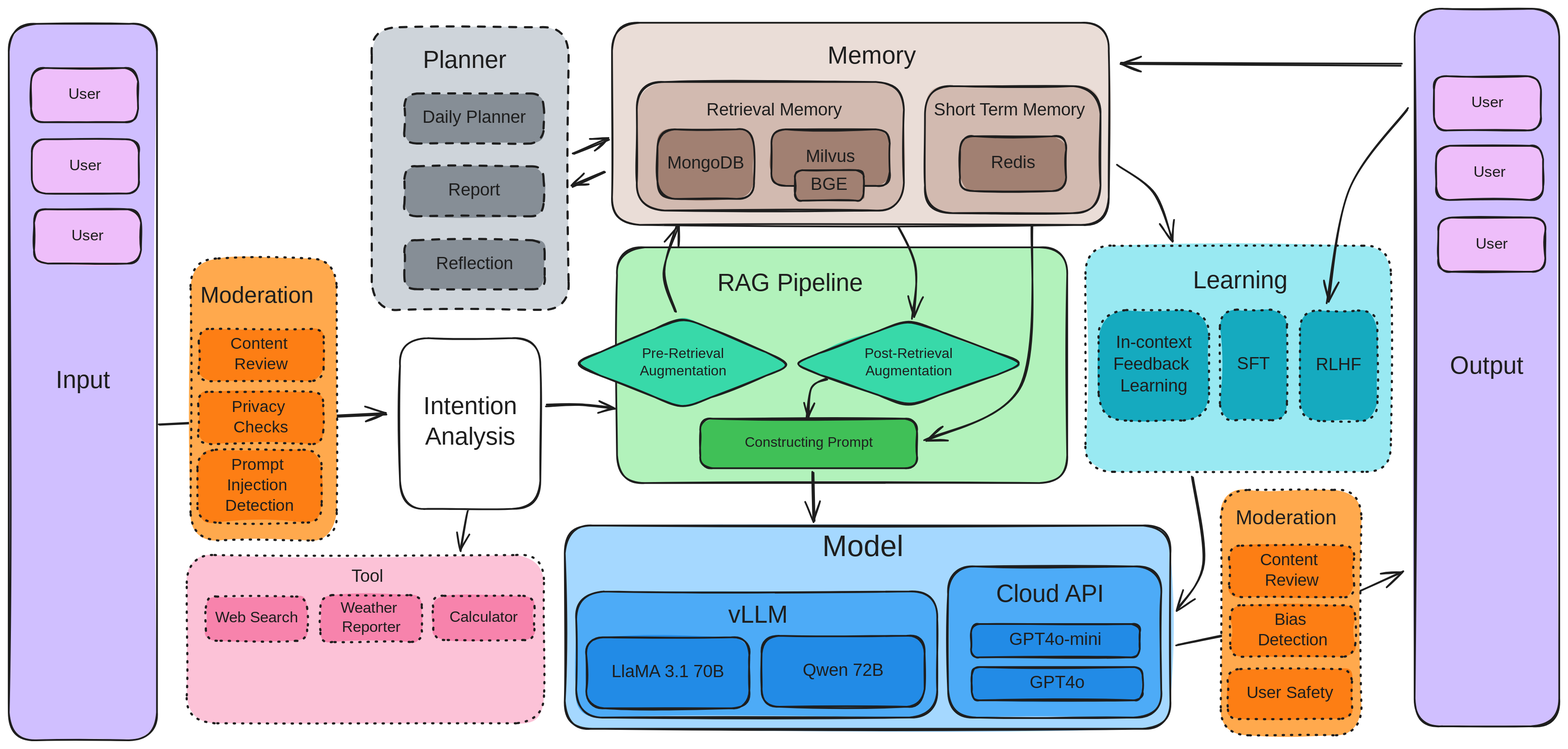
Above: files/Buddy.svg in Fernando-Zzs/buddy (Excalidraw), before the change. Source tidied: one line per element, renumbered; positions are measured from the earlier drawing's top-left corner, leaving out a move shared by most shapes.
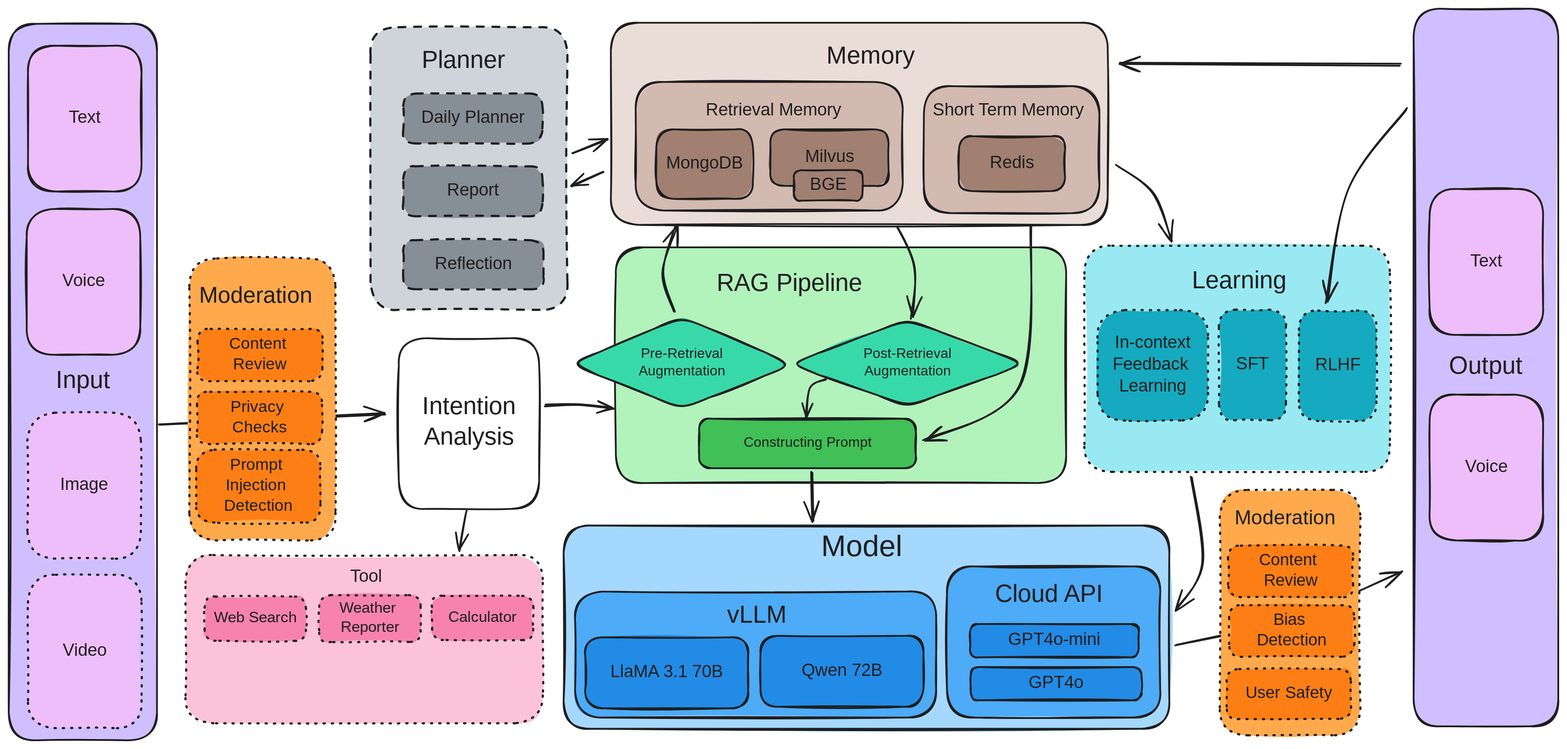
Above is the later version.

The edit, as a diff of the source:
```diff
@@ -1,12 +1,4 @@
 {"id": 0, "type": "arrow", "strokeColor": "#1e1e1e", "backgroundColor": "#d0bfff", "fillStyle": "solid", "strokeWidth": 2, "roughness": 1, "endArrowhead": "arrow", "round": true, "from": 92, "to": 101, "x": 1342, "y": 732, "width": 261, "height": 85, "points": [[0, 0], [134, -30], [261, -85]]}
-{"id": 1, "type": "rectangle", "strokeColor": "#1e1e1e", "backgroundColor": "#d0bfff", "fillStyle": "solid", "strokeWidth": 2, "roughness": 1, "round": true, "x": 0, "y": 17, "width": 170, "height": 824}
-{"id": 2, "type": "text", "text": "Input", "strokeColor": "#1e1e1e", "backgroundColor": "#d0bfff", "fillStyle": "solid", "strokeWidth": 2, "strokeStyle": "dotted", "roughness": 1, "fontSize": 28, "fontFamily": 8, "textAlign": "center", "verticalAlign": "middle", "inside": 1, "x": 46, "y": 412, "width": 78, "height": 35}
-{"id": 3, "type": "rectangle", "strokeColor": "#1e1e1e", "backgroundColor": "#eebefa", "fillStyle": "solid", "strokeWidth": 2, "roughness": 1, "round": true, "x": 27, "y": 150, "width": 123, "height": 62}
-{"id": 4, "type": "text", "text": "User", "strokeColor": "#1e1e1e", "backgroundColor": "#eebefa", "fillStyle": "solid", "strokeWidth": 2, "roughness": 1, "fontSize": 17.56, "fontFamily": 8, "textAlign": "center", "verticalAlign": "middle", "inside": 3, "x": 69, "y": 170, "width": 39, "height": 22}
-{"id": 5, "type": "rectangle", "strokeColor": "#1e1e1e", "backgroundColor": "#eebefa", "fillStyle": "solid", "strokeWidth": 2, "roughness": 1, "round": true, "x": 26, "y": 68, "width": 123, "height": 62}
-{"id": 6, "type": "text", "text": "User", "strokeColor": "#1e1e1e", "backgroundColor": "#eebefa", "fillStyle": "solid", "strokeWidth": 2, "roughness": 1, "fontSize": 17.56, "fontFamily": 8, "textAlign": "center", "verticalAlign": "middle", "inside": 5, "x": 68, "y": 88, "width": 39, "height": 22}
-{"id": 7, "type": "rectangle", "strokeColor": "#1e1e1e", "backgroundColor": "#eebefa", "fillStyle": "solid", "strokeWidth": 2, "roughness": 1, "round": true, "x": 29, "y": 231, "width": 123, "height": 62}
-{"id": 8, "type": "text", "text": "User", "strokeColor": "#1e1e1e", "backgroundColor": "#eebefa", "fillStyle": "solid", "strokeWidth": 2, "roughness": 1, "fontSize": 17.56, "fontFamily": 8, "textAlign": "center", "verticalAlign": "middle", "inside": 7, "x": 71, "y": 251, "width": 39, "height": 22}
 {"id": 9, "type": "rectangle", "strokeColor": "#1e1e1e", "backgroundColor": "#fcc2d7", "fillStyle": "solid", "strokeWidth": 2, "strokeStyle": "dotted", "roughness": 1, "round": true, "x": 205, "y": 628, "width": 411, "height": 193}
 {"id": 10, "type": "rectangle", "strokeColor": "#1e1e1e", "backgroundColor": "#f783ac", "fillStyle": "solid", "strokeWidth": 2, "strokeStyle": "dotted", "roughness": 1, "round": true, "x": 227, "y": 676, "width": 116, "height": 51}
 {"id": 11, "type": "text", "text": "Web Search", "strokeColor": "#1e1e1e", "backgroundColor": "#fcc2d7", "fillStyle": "solid", "strokeWidth": 2, "strokeStyle": "dotted", "roughness": 1, "fontSize": 17.51, "fontFamily": 8, "textAlign": "center", "verticalAlign": "middle", "inside": 10, "x": 237, "y": 690, "width": 95, "height": 22}
@@ -15,7 +7,7 @@
 {"id": 14, "type": "rectangle", "strokeColor": "#1e1e1e", "backgroundColor": "#f783ac", "fillStyle": "solid", "strokeWidth": 2, "strokeStyle": "dotted", "roughness": 1, "round": true, "x": 488, "y": 675, "width": 116, "height": 51}
 {"id": 15, "type": "text", "text": "Calculator", "strokeColor": "#1e1e1e", "backgroundColor": "#fcc2d7", "fillStyle": "solid", "strokeWidth": 2, "strokeStyle": "dotted", "roughness": 1, "fontSize": 17.51, "fontFamily": 8, "textAlign": "center", "verticalAlign": "middle", "inside": 14, "x": 498, "y": 689, "width": 96, "height": 22}
 {"id": 16, "type": "arrow", "strokeColor": "#1e1e1e", "backgroundColor": "#a18072", "fillStyle": "solid", "strokeWidth": 2, "roughness": 1, "endArrowhead": "arrow", "round": true, "from": 69, "to": 9, "x": 529, "y": 576, "width": 10, "height": 47, "points": [[0, 0], [-3, 6], [-10, 47]]}
-{"id": 17, "type": "arrow", "strokeColor": "#1e1e1e", "backgroundColor": "#d0bfff", "fillStyle": "solid", "strokeWidth": 2, "roughness": 1, "endArrowhead": "arrow", "round": true, "from": 1, "to": 69, "x": 173, "y": 477, "width": 261, "height": 12, "points": [[0, 0], [261, -12]]}
+{"id": 17, "type": "arrow", "strokeColor": "#1e1e1e", "backgroundColor": "#d0bfff", "fillStyle": "solid", "strokeWidth": 2, "roughness": 1, "endArrowhead": "arrow", "round": true, "from": 1, "to": 69, "x": 174, "y": 477, "width": 260, "height": 12, "points": [[0, 0], [260, -12]]}
 {"id": 18, "type": "arrow", "strokeColor": "#1e1e1e", "backgroundColor": "#40c057", "fillStyle": "solid", "strokeWidth": 2, "roughness": 1, "endArrowhead": "arrow", "round": true, "from": 69, "to": 19, "x": 617, "y": 456, "width": 78, "height": 3, "points": [[0, 0], [38, 0], [78, 2]]}
 {"id": 19, "type": "rectangle", "strokeColor": "#1e1e1e", "backgroundColor": "#b2f2bb", "fillStyle": "solid", "strokeWidth": 2, "roughness": 1, "round": true, "x": 699, "y": 274, "width": 517, "height": 271}
 {"id": 20, "type": "diamond", "strokeColor": "#1e1e1e", "backgroundColor": "#38d9a9", "fillStyle": "solid", "strokeWidth": 2, "roughness": 1, "round": true, "x": 648, "y": 354, "width": 254, "height": 106}
@@ -101,9 +93,17 @@
 {"id": 100, "type": "arrow", "strokeColor": "#1e1e1e", "backgroundColor": "#d0bfff", "fillStyle": "solid", "strokeWidth": 2, "roughness": 1, "endArrowhead": "arrow", "round": true, "from": 101, "to": 49, "x": 1607, "y": 115, "width": 91, "height": 223, "points": [[0, 0], [-66, 91], [-91, 223]]}
 {"id": 101, "type": "rectangle", "strokeColor": "#1e1e1e", "backgroundColor": "#d0bfff", "fillStyle": "solid", "strokeWidth": 2, "roughness": 1, "round": true, "x": 1616, "y": 0, "width": 166, "height": 825}
 {"id": 102, "type": "text", "text": "Output", "strokeColor": "#1e1e1e", "backgroundColor": "#d0bfff", "fillStyle": "solid", "strokeWidth": 2, "roughness": 1, "fontSize": 28, "fontFamily": 8, "textAlign": "center", "verticalAlign": "middle", "inside": 101, "x": 1653, "y": 395, "width": 92, "height": 35}
-{"id": 103, "type": "rectangle", "strokeColor": "#1e1e1e", "backgroundColor": "#eebefa", "fillStyle": "solid", "strokeWidth": 2, "roughness": 1, "round": true, "x": 1638, "y": 78, "width": 123, "height": 62}
-{"id": 104, "type": "text", "text": "User", "strokeColor": "#1e1e1e", "backgroundColor": "#eebefa", "fillStyle": "solid", "strokeWidth": 2, "roughness": 1, "fontSize": 17.56, "fontFamily": 8, "textAlign": "center", "verticalAlign": "middle", "inside": 103, "x": 1680, "y": 98, "width": 39, "height": 22}
-{"id": 105, "type": "rectangle", "strokeColor": "#1e1e1e", "backgroundColor": "#eebefa", "fillStyle": "solid", "strokeWidth": 2, "roughness": 1, "round": true, "x": 1641, "y": 158, "width": 123, "height": 62}
-{"id": 106, "type": "text", "text": "User", "strokeColor": "#1e1e1e", "backgroundColor": "#eebefa", "fillStyle": "solid", "strokeWidth": 2, "roughness": 1, "fontSize": 17.56, "fontFamily": 8, "textAlign": "center", "verticalAlign": "middle", "inside": 105, "x": 1683, "y": 178, "width": 39, "height": 22}
-{"id": 107, "type": "rectangle", "strokeColor": "#1e1e1e", "backgroundColor": "#eebefa", "fillStyle": "solid", "strokeWidth": 2, "roughness": 1, "round": true, "x": 1643, "y": 240, "width": 123, "height": 62}
-{"id": 108, "type": "text", "text": "User", "strokeColor": "#1e1e1e", "backgroundColor": "#eebefa", "fillStyle": "solid", "strokeWidth": 2, "roughness": 1, "fontSize": 17.56, "fontFamily": 8, "textAlign": "center", "verticalAlign": "middle", "inside": 107, "x": 1685, "y": 260, "width": 39, "height": 22}
+{"id": 1, "type": "rectangle", "strokeColor": "#1e1e1e", "backgroundColor": "#d0bfff", "fillStyle": "solid", "strokeWidth": 2, "roughness": 1, "round": true, "x": 1, "y": 17, "width": 170, "height": 824}
+{"id": 2, "type": "text", "text": "Input", "strokeColor": "#1e1e1e", "backgroundColor": "#d0bfff", "fillStyle": "solid", "strokeWidth": 2, "strokeStyle": "dotted", "roughness": 1, "fontSize": 28, "fontFamily": 8, "textAlign": "center", "verticalAlign": "middle", "inside": 1, "x": 47, "y": 412, "width": 78, "height": 35}
+{"id": 109, "type": "rectangle", "strokeColor": "#1e1e1e", "backgroundColor": "#eebefa", "fillStyle": "solid", "strokeWidth": 2, "strokeStyle": "dotted", "roughness": 1, "round": true, "x": 23, "y": 465, "width": 130, "height": 168}
+{"id": 110, "type": "text", "text": "Image", "strokeColor": "#1e1e1e", "backgroundColor": "#eebefa", "fillStyle": "solid", "strokeWidth": 2, "strokeStyle": "dotted", "roughness": 1, "fontSize": 20, "fontFamily": 8, "textAlign": "center", "verticalAlign": "middle", "inside": 109, "x": 61, "y": 536, "width": 55, "height": 25}
+{"id": 111, "type": "rectangle", "strokeColor": "#1e1e1e", "backgroundColor": "#eebefa", "fillStyle": "solid", "strokeWidth": 2, "strokeStyle": "dotted", "roughness": 1, "round": true, "x": 24, "y": 651, "width": 130, "height": 176}
+{"id": 112, "type": "text", "text": "Video", "strokeColor": "#1e1e1e", "backgroundColor": "#eebefa", "fillStyle": "solid", "strokeWidth": 2, "strokeStyle": "dotted", "roughness": 1, "fontSize": 20, "fontFamily": 8, "textAlign": "center", "verticalAlign": "middle", "inside": 111, "x": 61, "y": 727, "width": 55, "height": 25}
+{"id": 113, "type": "rectangle", "strokeColor": "#1e1e1e", "backgroundColor": "#eebefa", "fillStyle": "solid", "strokeWidth": 2, "roughness": 1, "round": true, "x": 22, "y": 230, "width": 130, "height": 168}
+{"id": 114, "type": "text", "text": "Voice", "strokeColor": "#1e1e1e", "backgroundColor": "#eebefa", "fillStyle": "solid", "strokeWidth": 2, "strokeStyle": "dotted", "roughness": 1, "fontSize": 20, "fontFamily": 8, "textAlign": "center", "verticalAlign": "middle", "inside": 113, "x": 60, "y": 302, "width": 55, "height": 25}
+{"id": 115, "type": "rectangle", "strokeColor": "#1e1e1e", "backgroundColor": "#eebefa", "fillStyle": "solid", "strokeWidth": 2, "roughness": 1, "round": true, "x": 24, "y": 43, "width": 130, "height": 168}
+{"id": 116, "type": "text", "text": "Text", "strokeColor": "#1e1e1e", "backgroundColor": "#eebefa", "fillStyle": "solid", "strokeWidth": 2, "strokeStyle": "dotted", "roughness": 1, "fontSize": 20, "fontFamily": 8, "textAlign": "center", "verticalAlign": "middle", "inside": 115, "x": 67, "y": 114, "width": 44, "height": 25}
+{"id": 117, "type": "rectangle", "strokeColor": "#1e1e1e", "backgroundColor": "#eebefa", "fillStyle": "solid", "strokeWidth": 2, "roughness": 1, "round": true, "x": 1634, "y": 444, "width": 130, "height": 168}
+{"id": 118, "type": "text", "text": "Voice", "strokeColor": "#1e1e1e", "backgroundColor": "#eebefa", "fillStyle": "solid", "strokeWidth": 2, "strokeStyle": "dotted", "roughness": 1, "fontSize": 20, "fontFamily": 8, "textAlign": "center", "verticalAlign": "middle", "inside": 117, "x": 1672, "y": 515, "width": 55, "height": 25}
+{"id": 119, "type": "rectangle", "strokeColor": "#1e1e1e", "backgroundColor": "#eebefa", "fillStyle": "solid", "strokeWidth": 2, "roughness": 1, "round": true, "x": 1634, "y": 207, "width": 130, "height": 168}
+{"id": 120, "type": "text", "text": "Text", "strokeColor": "#1e1e1e", "backgroundColor": "#eebefa", "fillStyle": "solid", "strokeWidth": 2, "strokeStyle": "dotted", "roughness": 1, "fontSize": 20, "fontFamily": 8, "textAlign": "center", "verticalAlign": "middle", "inside": 119, "x": 1678, "y": 279, "width": 44, "height": 25}
```
